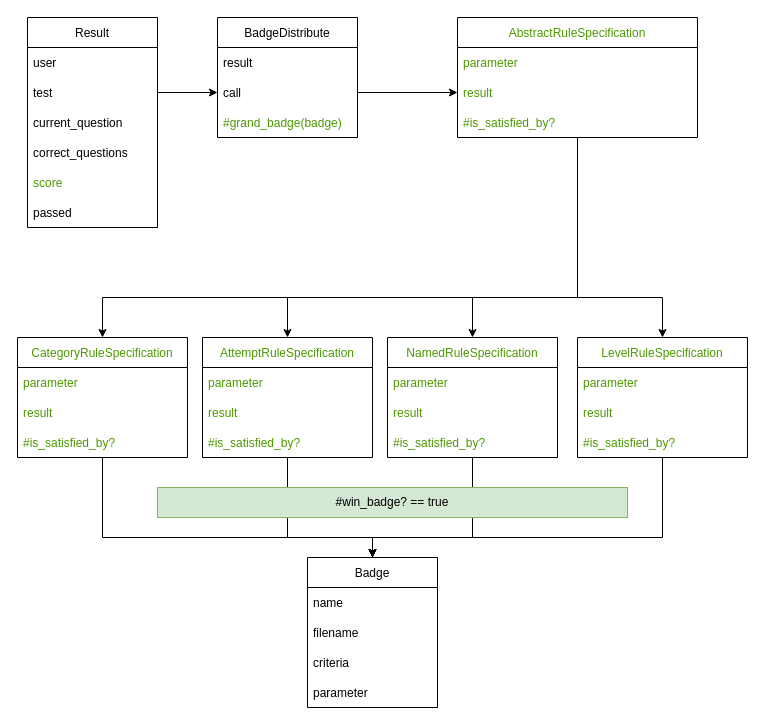
The draw.io diagram Lesson_18.drawio in DaniyarKulmanov/TestGuru-, before the edit. Source tidied: cells renumbered, new cells numbered last; positions are measured from the earlier drawing's top-left corner, leaving out a move shared by most shapes. Both pictures are drawn from the tidied source at 100%, with x=0, y=0 at pixel (17, 17).
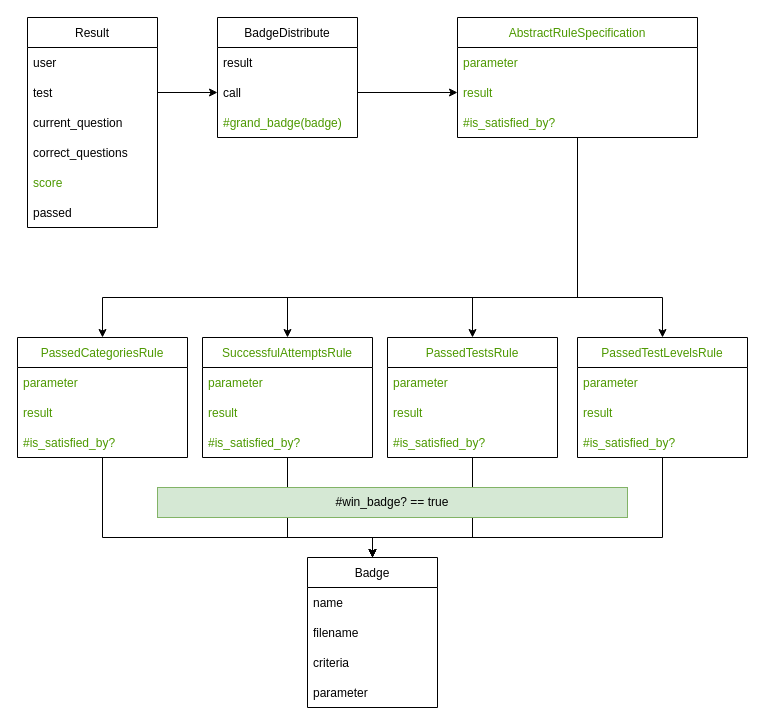
The same page after the edit.

The edit, as a diff of the source:
```diff
@@
-    <mxCell id="29" value="CategoryRuleSpecification" style="swimlane;fontStyle=0;horizontal=1;startSize=30;fontColor=#4D9900;" parent="1" vertex="1">
+    <mxCell id="29" value="PassedCategoriesRule" style="swimlane;fontStyle=0;horizontal=1;startSize=30;fontColor=#4D9900;" parent="1" vertex="1">
       <mxGeometry y="320" width="170" height="120" as="geometry" />
     </mxCell>
@@
-    <mxCell id="34" value="AttemptRuleSpecification" style="swimlane;fontStyle=0;horizontal=1;startSize=30;fontColor=#4D9900;" parent="1" vertex="1">
+    <mxCell id="34" value="SuccessfulAttemptsRule" style="swimlane;fontStyle=0;horizontal=1;startSize=30;fontColor=#4D9900;" parent="1" vertex="1">
       <mxGeometry x="185" y="320" width="170" height="120" as="geometry" />
     </mxCell>
@@
-    <mxCell id="39" value="NamedRuleSpecification" style="swimlane;fontStyle=0;horizontal=1;startSize=30;fontColor=#4D9900;" parent="1" vertex="1">
+    <mxCell id="39" value="PassedTestsRule" style="swimlane;fontStyle=0;horizontal=1;startSize=30;fontColor=#4D9900;" parent="1" vertex="1">
       <mxGeometry x="370" y="320" width="170" height="120" as="geometry" />
     </mxCell>
@@
-    <mxCell id="44" value="LevelRuleSpecification" style="swimlane;fontStyle=0;horizontal=1;startSize=30;fontColor=#4D9900;" parent="1" vertex="1">
+    <mxCell id="44" value="PassedTestLevelsRule" style="swimlane;fontStyle=0;horizontal=1;startSize=30;fontColor=#4D9900;" parent="1" vertex="1">
       <mxGeometry x="560" y="320" width="170" height="120" as="geometry" />
     </mxCell>
```
